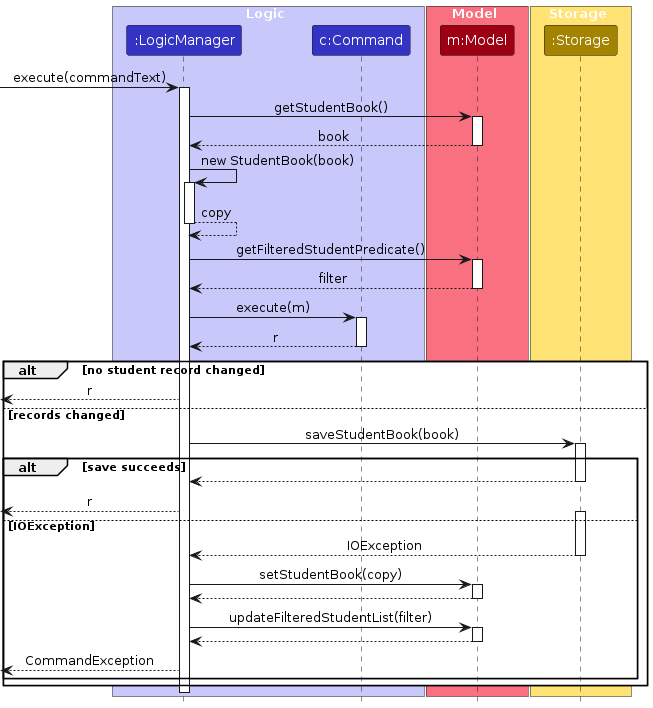
Before: diagrams/SaveRollbackSequenceDiagram.png, a diagram exported from PlantUML (AY2627S1-CS2103T-T16-1/tp). Its source is kept beside it as diagrams/SaveRollbackSequenceDiagram.puml.
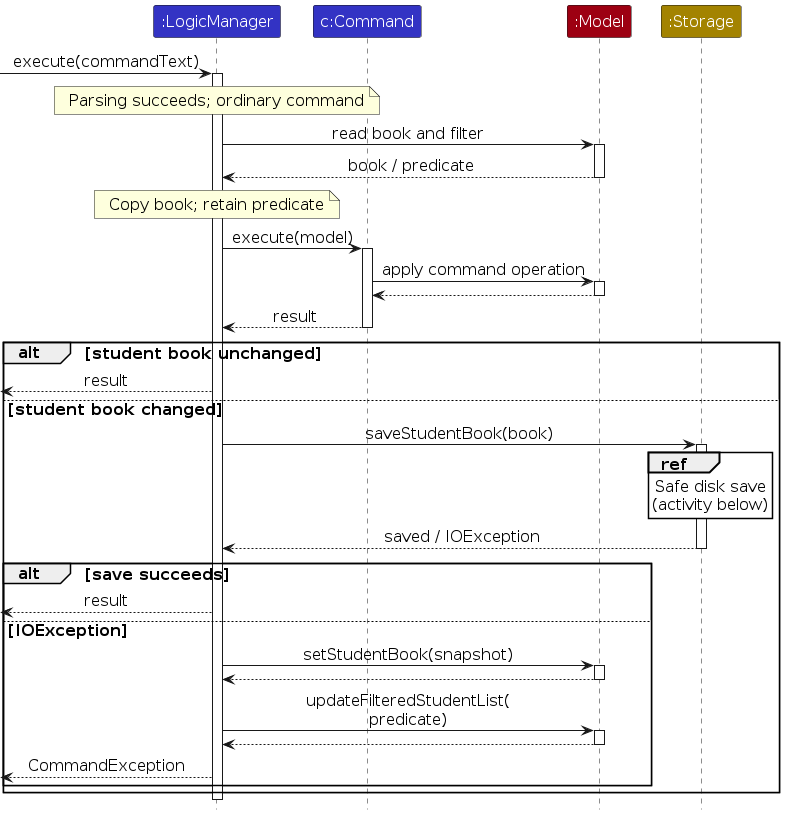
After the change.

Change to the diagram source:
```diff
@@ -1,72 +1,55 @@
 @startuml
 !include style.puml
 skinparam ArrowFontStyle plain
+skinparam defaultFontSize 16
+skinparam sequenceReferenceBackgroundColor white
 
-box Logic LOGIC_COLOR_T1
-participant ":LogicManager" as LogicManager LOGIC_COLOR
-participant "c:Command" as Command LOGIC_COLOR
-end box
+participant ":LogicManager" as logic LOGIC_COLOR
+participant "c:Command" as command LOGIC_COLOR
+participant ":Model" as model MODEL_COLOR
+participant ":Storage" as storage STORAGE_COLOR
 
-box Model MODEL_COLOR_T1
-participant "m:Model" as Model MODEL_COLOR
-end box
+[-> logic : execute(commandText)
+activate logic
+note over logic : Parsing succeeds; ordinary command
+logic -> model : read book and filter
+activate model
+model --> logic : book / predicate
+deactivate model
+note over logic : Copy book; retain predicate
+logic -> command : execute(model)
+activate command
+command -> model : apply command operation
+activate model
+model --> command
+deactivate model
+command --> logic : result
+deactivate command
 
-box Storage STORAGE_COLOR_T1
-participant ":Storage" as Storage STORAGE_COLOR
-end box
-
-[-> LogicManager : execute(commandText)
-activate LogicManager
-
-LogicManager -> Model : getStudentBook()
-activate Model
-Model --> LogicManager : book
-deactivate Model
-
-LogicManager -> LogicManager : new StudentBook(book)
-activate LogicManager
-LogicManager --> LogicManager : copy
-deactivate LogicManager
-
-LogicManager -> Model : getFilteredStudentPredicate()
-activate Model
-Model --> LogicManager : filter
-deactivate Model
-
-LogicManager -> Command : execute(m)
-activate Command
-Command --> LogicManager : r
-deactivate Command
-
-alt no student record changed
-    [<--LogicManager : r
-
-else records changed
-    LogicManager -> Storage : saveStudentBook(book)
-    activate Storage
-
-    alt save succeeds
-        Storage --> LogicManager
-        deactivate Storage
-        [<--LogicManager : r
-
-    else IOException
-        activate Storage
-        Storage --> LogicManager : IOException
-        deactivate Storage
-        LogicManager -> Model : setStudentBook(copy)
-        activate Model
-        Model --> LogicManager
-        deactivate Model
-
-        LogicManager -> Model : updateFilteredStudentList(filter)
-        activate Model
-        Model --> LogicManager
-        deactivate Model
-
-        [<--LogicManager : CommandException
-    end
+alt student book unchanged
+  [<-- logic : result
+else student book changed
+  logic -> storage : saveStudentBook(book)
+  activate storage
+  ref over storage
+    Safe disk save
+    (activity below)
+  end ref
+  storage --> logic : saved / IOException
+  deactivate storage
+  alt save succeeds
+    [<-- logic : result
+  else IOException
+    logic -> model : setStudentBook(snapshot)
+    activate model
+    model --> logic
+    deactivate model
+    logic -> model : updateFilteredStudentList(\npredicate)
+    activate model
+    model --> logic
+    deactivate model
+    [<-- logic : CommandException
+  end
 end
-
-deactivate LogicManager
+deactivate logic
 @enduml
```
